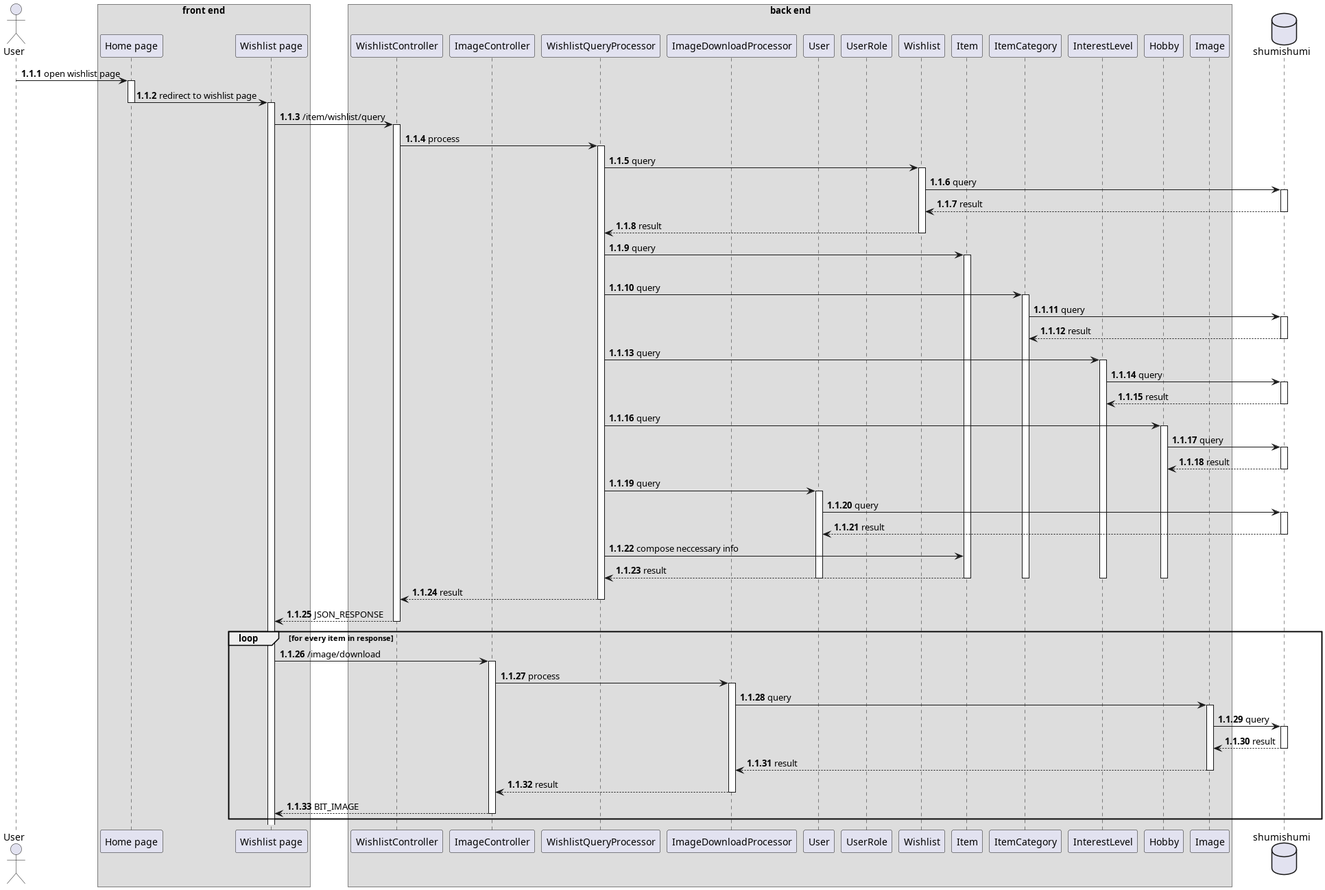
Before: thesis/latex/diagram/sequence diagram/12. wishlist/query wishlist/query wishlist.png, a diagram exported from PlantUML (aldihsuhandi/skripsi-2023). Source of this version:
```plantuml
@startuml query wishlist
autonumber 1.1.1

actor User as u

box "front end"
participant "Home page" as home
participant "Wishlist page" as wishlist
end box

box "back end"
participant WishlistController as wc
participant ImageController as imc

participant WishlistQueryProcessor as wproc
participant ImageDownloadProcessor as downproc

participant User as um
participant UserRole as urm

participant Wishlist as wm
participant Item as im
participant ItemCategory as icm
participant InterestLevel as ilm
participant Hobby as hm

participant Image as img
end box

database shumishumi as db

u -> home++ : open wishlist page
home -> wishlist --++ : redirect to wishlist page

wishlist -> wc++ : /item/wishlist/query
wc -> wproc++ : process
wproc -> wm++ : query
wm -> db++ : query
return result
return result

wproc -> im++ : query
loop for every item in result
wproc -> icm++ : query
icm -> db++: query
return result

wproc -> ilm++ : query
ilm -> db++: query
return result

wproc -> hm++ : query
hm -> db++: query
return result
wproc -> um++ : query
um -> db++: query
return result
wproc -> im : compose neccessary info
wproc <-- im-- : result
deactivate um
deactivate icm
deactivate ilm
deactivate hm

return result
return JSON_RESPONSE

loop for every item in response
    wishlist -> imc++ : /image/download
    imc -> downproc++ : process
    downproc -> img++ : query
    img -> db++ : query
    return result
    return result
    return result
    return BIT_IMAGE
end

@enduml
```
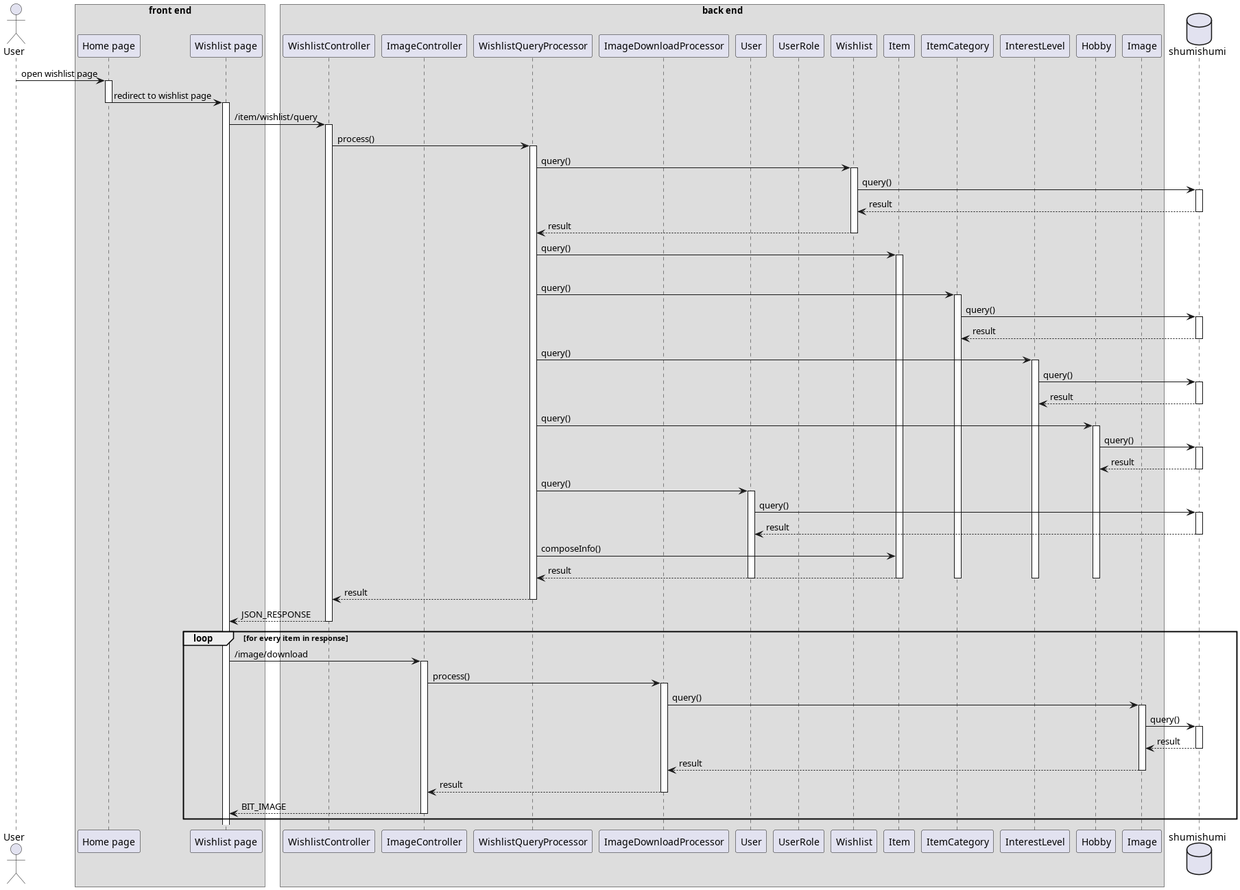
The same diagram one commit later.

Diff of the diagram source:
```diff
@@ -1,5 +1,4 @@
 @startuml query wishlist
-autonumber 1.1.1
 
 actor User as u
 
@@ -33,29 +32,29 @@
 home -> wishlist --++ : redirect to wishlist page
 
 wishlist -> wc++ : /item/wishlist/query
-wc -> wproc++ : process
-wproc -> wm++ : query
-wm -> db++ : query
+wc -> wproc++ : process()
+wproc -> wm++ : query()
+wm -> db++ : query()
 return result
 return result
 
-wproc -> im++ : query
+wproc -> im++ : query()
 loop for every item in result
-wproc -> icm++ : query
-icm -> db++: query
+wproc -> icm++ : query()
+icm -> db++: query()
 return result
 
-wproc -> ilm++ : query
-ilm -> db++: query
+wproc -> ilm++ : query()
+ilm -> db++: query()
 return result
 
-wproc -> hm++ : query
-hm -> db++: query
+wproc -> hm++ : query()
+hm -> db++: query()
 return result
-wproc -> um++ : query
-um -> db++: query
+wproc -> um++ : query()
+um -> db++: query()
 return result
-wproc -> im : compose neccessary info
+wproc -> im : composeInfo()
 wproc <-- im-- : result
 deactivate um
 deactivate icm
@@ -67,9 +66,9 @@
 
 loop for every item in response
     wishlist -> imc++ : /image/download
-    imc -> downproc++ : process
-    downproc -> img++ : query
-    img -> db++ : query
+    imc -> downproc++ : process()
+    downproc -> img++ : query()
+    img -> db++ : query()
     return result
     return result
     return result
```
